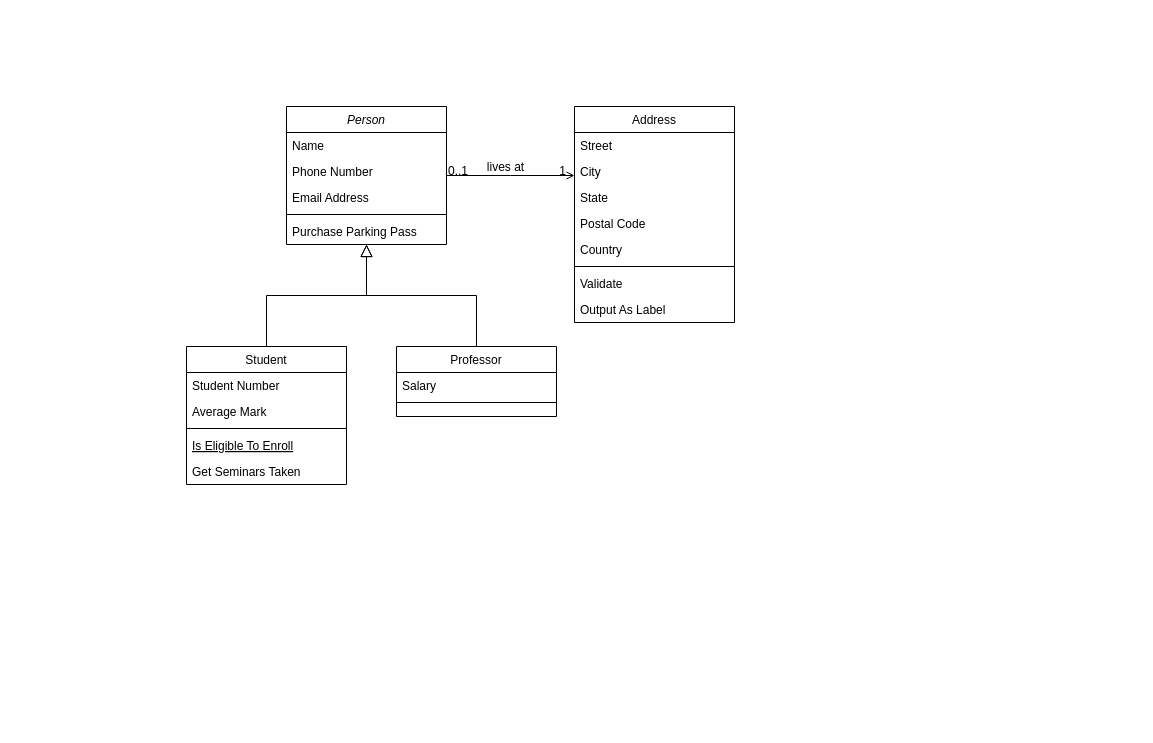
The draw.io diagram Diagrama sem nome.drawio in gabrielhaj/ES070, before the edit. Source tidied: cells renumbered, new cells numbered last; positions are measured from the earlier drawing's top-left corner, leaving out a move shared by most shapes. Both pictures are drawn from the tidied source at 100%, with x=0, y=0 at pixel (186, 106).
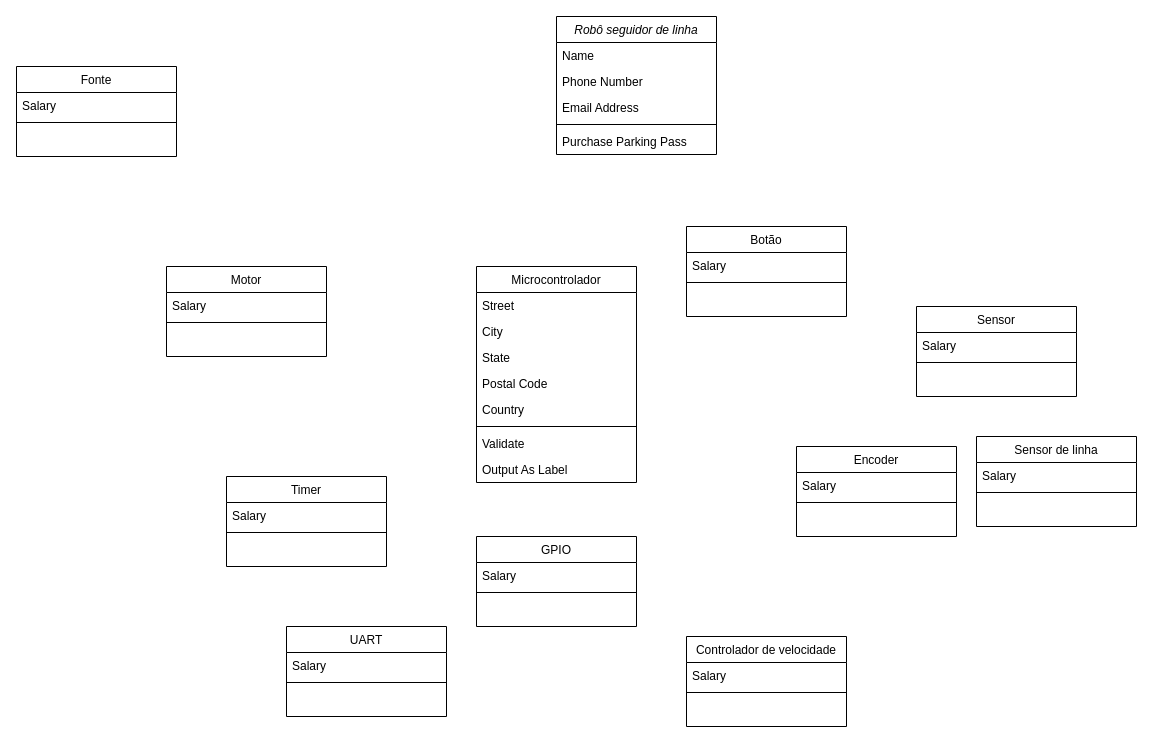
After the change.

Commit message:
início diagrama de classes

Change to the diagram source:
```diff
@@
-    <mxCell id="2" value="Person" style="swimlane;fontStyle=2;align=center;verticalAlign=top;horizontal=1;startSize=26;rounded=0;shadow=0;strokeWidth=1;" parent="1" vertex="1">
-      <mxGeometry x="100" width="160" height="138" as="geometry" />
+    <mxCell id="2" value="Robô seguidor de linha" style="swimlane;fontStyle=2;align=center;verticalAlign=top;horizontal=1;startSize=26;rounded=0;shadow=0;strokeWidth=1;" parent="1" vertex="1">
+      <mxGeometry x="370" y="-90" width="160" height="138" as="geometry" />
     </mxCell>
@@
-    <mxCell id="8" value="Student" style="swimlane;fontStyle=0;align=center;verticalAlign=top;horizontal=1;startSize=26;rounded=0;shadow=0;strokeWidth=1;" parent="1" vertex="1">
-      <mxGeometry y="240" width="160" height="138" as="geometry" />
-    </mxCell>
-    <mxCell id="9" value="Student Number" style="text;align=left;verticalAlign=top;spacingLeft=4;spacingRight=4;overflow=hidden;" parent="8" vertex="1">
-      <mxGeometry y="26" width="160" height="26" as="geometry" />
-    </mxCell>
-    <mxCell id="10" value="Average Mark" style="text;align=left;verticalAlign=top;spacingLeft=4;spacingRight=4;overflow=hidden;rounded=0;shadow=0;html=0;" parent="8" vertex="1">
-      <mxGeometry y="52" width="160" height="26" as="geometry" />
-    </mxCell>
-    <mxCell id="11" style="line;html=1;strokeWidth=1;align=left;verticalAlign=middle;spacingTop=-1;spacingLeft=3;spacingRight=3;labelPosition=right;" parent="8" vertex="1">
-      <mxGeometry y="78" width="160" height="8" as="geometry" />
-    </mxCell>
-    <mxCell id="12" value="Is Eligible To Enroll" style="text;align=left;verticalAlign=top;spacingLeft=4;spacingRight=4;overflow=hidden;fontStyle=4;" parent="8" vertex="1">
-      <mxGeometry y="86" width="160" height="26" as="geometry" />
-    </mxCell>
-    <mxCell id="13" value="Get Seminars Taken" style="text;align=left;verticalAlign=top;spacingLeft=4;spacingRight=4;overflow=hidden;" parent="8" vertex="1">
-      <mxGeometry y="112" width="160" height="26" as="geometry" />
-    </mxCell>
-    <mxCell id="14" style="endArrow=block;endSize=10;endFill=0;shadow=0;strokeWidth=1;rounded=0;edgeStyle=elbowEdgeStyle;elbow=vertical;" parent="1" edge="1" source="8" target="2">
-      <mxGeometry relative="1" as="geometry" />
-    </mxCell>
-    <mxCell id="15" value="Professor" style="swimlane;fontStyle=0;align=center;verticalAlign=top;horizontal=1;startSize=26;rounded=0;shadow=0;strokeWidth=1;" parent="1" vertex="1">
-      <mxGeometry x="210" y="240" width="160" height="70" as="geometry" />
+    <mxCell id="15" value="Motor" style="swimlane;fontStyle=0;align=center;verticalAlign=top;horizontal=1;startSize=26;rounded=0;shadow=0;strokeWidth=1;" parent="1" vertex="1">
+      <mxGeometry x="-20" y="160" width="160" height="90" as="geometry" />
     </mxCell>
@@
-    <mxCell id="18" style="endArrow=block;endSize=10;endFill=0;shadow=0;strokeWidth=1;rounded=0;edgeStyle=elbowEdgeStyle;elbow=vertical;" parent="1" edge="1" source="15" target="2">
-      <mxGeometry relative="1" as="geometry" />
-    </mxCell>
-    <mxCell id="19" value="Address" style="swimlane;fontStyle=0;align=center;verticalAlign=top;horizontal=1;startSize=26;rounded=0;shadow=0;strokeWidth=1;" parent="1" vertex="1">
-      <mxGeometry x="388" width="160" height="216" as="geometry" />
+    <mxCell id="19" value="Microcontrolador" style="swimlane;fontStyle=0;align=center;verticalAlign=top;horizontal=1;startSize=26;rounded=0;shadow=0;strokeWidth=1;" parent="1" vertex="1">
+      <mxGeometry x="290" y="160" width="160" height="216" as="geometry" />
     </mxCell>
@@
-    <mxCell id="28" style="endArrow=open;shadow=0;strokeWidth=1;rounded=0;endFill=1;edgeStyle=elbowEdgeStyle;elbow=vertical;" parent="1" edge="1" source="2" target="19">
-      <mxGeometry x="0.5" y="41" relative="1" as="geometry">
-        <mxPoint x="-40" y="32" as="offset" />
-      </mxGeometry>
-    </mxCell>
-    <mxCell id="29" value="0..1" style="align=left;verticalAlign=bottom;labelBackgroundColor=none;fontSize=12;" parent="28" vertex="1">
-      <mxGeometry x="-1" relative="1" as="geometry">
-        <mxPoint y="4" as="offset" />
-      </mxGeometry>
-    </mxCell>
-    <mxCell id="30" value="1" style="align=right;verticalAlign=bottom;labelBackgroundColor=none;fontSize=12;" parent="28" vertex="1">
-      <mxGeometry x="1" relative="1" as="geometry">
-        <mxPoint x="-7" y="4" as="offset" />
-      </mxGeometry>
-    </mxCell>
-    <mxCell id="31" value="lives at" style="text;html=1;align=center;verticalAlign=middle;labelBackgroundColor=none;rounded=0;shadow=0;strokeWidth=1;fontSize=12;" parent="28" vertex="1">
-      <mxGeometry x="0.5" y="49" relative="1" as="geometry">
-        <mxPoint x="-38" y="40" as="offset" />
-      </mxGeometry>
-    </mxCell>
+    <mxCell id="32" value="Sensor" style="swimlane;fontStyle=0;align=center;verticalAlign=top;horizontal=1;startSize=26;rounded=0;shadow=0;strokeWidth=1;" parent="1" vertex="1">
+      <mxGeometry x="730" y="200" width="160" height="90" as="geometry" />
+    </mxCell>
+    <mxCell id="33" value="Salary" style="text;align=left;verticalAlign=top;spacingLeft=4;spacingRight=4;overflow=hidden;" parent="32" vertex="1">
+      <mxGeometry y="26" width="160" height="26" as="geometry" />
+    </mxCell>
+    <mxCell id="34" style="line;html=1;strokeWidth=1;align=left;verticalAlign=middle;spacingTop=-1;spacingLeft=3;spacingRight=3;labelPosition=right;" parent="32" vertex="1">
+      <mxGeometry y="52" width="160" height="8" as="geometry" />
+    </mxCell>
+    <mxCell id="35" value="Fonte" style="swimlane;fontStyle=0;align=center;verticalAlign=top;horizontal=1;startSize=26;rounded=0;shadow=0;strokeWidth=1;" parent="1" vertex="1">
+      <mxGeometry x="-170" y="-40" width="160" height="90" as="geometry" />
+    </mxCell>
+    <mxCell id="36" value="Salary" style="text;align=left;verticalAlign=top;spacingLeft=4;spacingRight=4;overflow=hidden;" parent="35" vertex="1">
+      <mxGeometry y="26" width="160" height="26" as="geometry" />
+    </mxCell>
+    <mxCell id="37" style="line;html=1;strokeWidth=1;align=left;verticalAlign=middle;spacingTop=-1;spacingLeft=3;spacingRight=3;labelPosition=right;" parent="35" vertex="1">
+      <mxGeometry y="52" width="160" height="8" as="geometry" />
+    </mxCell>
+    <mxCell id="38" value="Encoder" style="swimlane;fontStyle=0;align=center;verticalAlign=top;horizontal=1;startSize=26;rounded=0;shadow=0;strokeWidth=1;" parent="1" vertex="1">
+      <mxGeometry x="610" y="340" width="160" height="90" as="geometry" />
+    </mxCell>
+    <mxCell id="39" value="Salary" style="text;align=left;verticalAlign=top;spacingLeft=4;spacingRight=4;overflow=hidden;" parent="38" vertex="1">
+      <mxGeometry y="26" width="160" height="26" as="geometry" />
+    </mxCell>
+    <mxCell id="40" style="line;html=1;strokeWidth=1;align=left;verticalAlign=middle;spacingTop=-1;spacingLeft=3;spacingRight=3;labelPosition=right;" parent="38" vertex="1">
+      <mxGeometry y="52" width="160" height="8" as="geometry" />
+    </mxCell>
+    <mxCell id="41" value="Sensor de linha" style="swimlane;fontStyle=0;align=center;verticalAlign=top;horizontal=1;startSize=26;rounded=0;shadow=0;strokeWidth=1;" parent="1" vertex="1">
+      <mxGeometry x="790" y="330" width="160" height="90" as="geometry" />
+    </mxCell>
+    <mxCell id="42" value="Salary" style="text;align=left;verticalAlign=top;spacingLeft=4;spacingRight=4;overflow=hidden;" parent="41" vertex="1">
+      <mxGeometry y="26" width="160" height="26" as="geometry" />
+    </mxCell>
+    <mxCell id="43" style="line;html=1;strokeWidth=1;align=left;verticalAlign=middle;spacingTop=-1;spacingLeft=3;spacingRight=3;labelPosition=right;" parent="41" vertex="1">
+      <mxGeometry y="52" width="160" height="8" as="geometry" />
+    </mxCell>
+    <mxCell id="44" value="Timer" style="swimlane;fontStyle=0;align=center;verticalAlign=top;horizontal=1;startSize=26;rounded=0;shadow=0;strokeWidth=1;" parent="1" vertex="1">
+      <mxGeometry x="40" y="370" width="160" height="90" as="geometry" />
+    </mxCell>
+    <mxCell id="45" value="Salary" style="text;align=left;verticalAlign=top;spacingLeft=4;spacingRight=4;overflow=hidden;" parent="44" vertex="1">
+      <mxGeometry y="26" width="160" height="26" as="geometry" />
+    </mxCell>
+    <mxCell id="46" style="line;html=1;strokeWidth=1;align=left;verticalAlign=middle;spacingTop=-1;spacingLeft=3;spacingRight=3;labelPosition=right;" parent="44" vertex="1">
+      <mxGeometry y="52" width="160" height="8" as="geometry" />
+    </mxCell>
+    <mxCell id="47" value="GPIO" style="swimlane;fontStyle=0;align=center;verticalAlign=top;horizontal=1;startSize=26;rounded=0;shadow=0;strokeWidth=1;" parent="1" vertex="1">
+      <mxGeometry x="290" y="430" width="160" height="90" as="geometry" />
+    </mxCell>
+    <mxCell id="48" value="Salary" style="text;align=left;verticalAlign=top;spacingLeft=4;spacingRight=4;overflow=hidden;" parent="47" vertex="1">
+      <mxGeometry y="26" width="160" height="26" as="geometry" />
+    </mxCell>
+    <mxCell id="49" style="line;html=1;strokeWidth=1;align=left;verticalAlign=middle;spacingTop=-1;spacingLeft=3;spacingRight=3;labelPosition=right;" parent="47" vertex="1">
+      <mxGeometry y="52" width="160" height="8" as="geometry" />
+    </mxCell>
+    <mxCell id="50" value="UART" style="swimlane;fontStyle=0;align=center;verticalAlign=top;horizontal=1;startSize=26;rounded=0;shadow=0;strokeWidth=1;" parent="1" vertex="1">
+      <mxGeometry x="100" y="520" width="160" height="90" as="geometry" />
+    </mxCell>
+    <mxCell id="51" value="Salary" style="text;align=left;verticalAlign=top;spacingLeft=4;spacingRight=4;overflow=hidden;" parent="50" vertex="1">
+      <mxGeometry y="26" width="160" height="26" as="geometry" />
+    </mxCell>
+    <mxCell id="52" style="line;html=1;strokeWidth=1;align=left;verticalAlign=middle;spacingTop=-1;spacingLeft=3;spacingRight=3;labelPosition=right;" parent="50" vertex="1">
+      <mxGeometry y="52" width="160" height="8" as="geometry" />
+    </mxCell>
+    <mxCell id="53" value="Botão" style="swimlane;fontStyle=0;align=center;verticalAlign=top;horizontal=1;startSize=26;rounded=0;shadow=0;strokeWidth=1;" parent="1" vertex="1">
+      <mxGeometry x="500" y="120" width="160" height="90" as="geometry" />
+    </mxCell>
+    <mxCell id="54" value="Salary" style="text;align=left;verticalAlign=top;spacingLeft=4;spacingRight=4;overflow=hidden;" parent="53" vertex="1">
+      <mxGeometry y="26" width="160" height="26" as="geometry" />
+    </mxCell>
+    <mxCell id="55" style="line;html=1;strokeWidth=1;align=left;verticalAlign=middle;spacingTop=-1;spacingLeft=3;spacingRight=3;labelPosition=right;" parent="53" vertex="1">
+      <mxGeometry y="52" width="160" height="8" as="geometry" />
+    </mxCell>
+    <mxCell id="56" value="Controlador de velocidade" style="swimlane;fontStyle=0;align=center;verticalAlign=top;horizontal=1;startSize=26;rounded=0;shadow=0;strokeWidth=1;" parent="1" vertex="1">
+      <mxGeometry x="500" y="530" width="160" height="90" as="geometry" />
+    </mxCell>
+    <mxCell id="57" value="Salary" style="text;align=left;verticalAlign=top;spacingLeft=4;spacingRight=4;overflow=hidden;" parent="56" vertex="1">
+      <mxGeometry y="26" width="160" height="26" as="geometry" />
+    </mxCell>
+    <mxCell id="58" style="line;html=1;strokeWidth=1;align=left;verticalAlign=middle;spacingTop=-1;spacingLeft=3;spacingRight=3;labelPosition=right;" parent="56" vertex="1">
+      <mxGeometry y="52" width="160" height="8" as="geometry" />
+    </mxCell>
```
